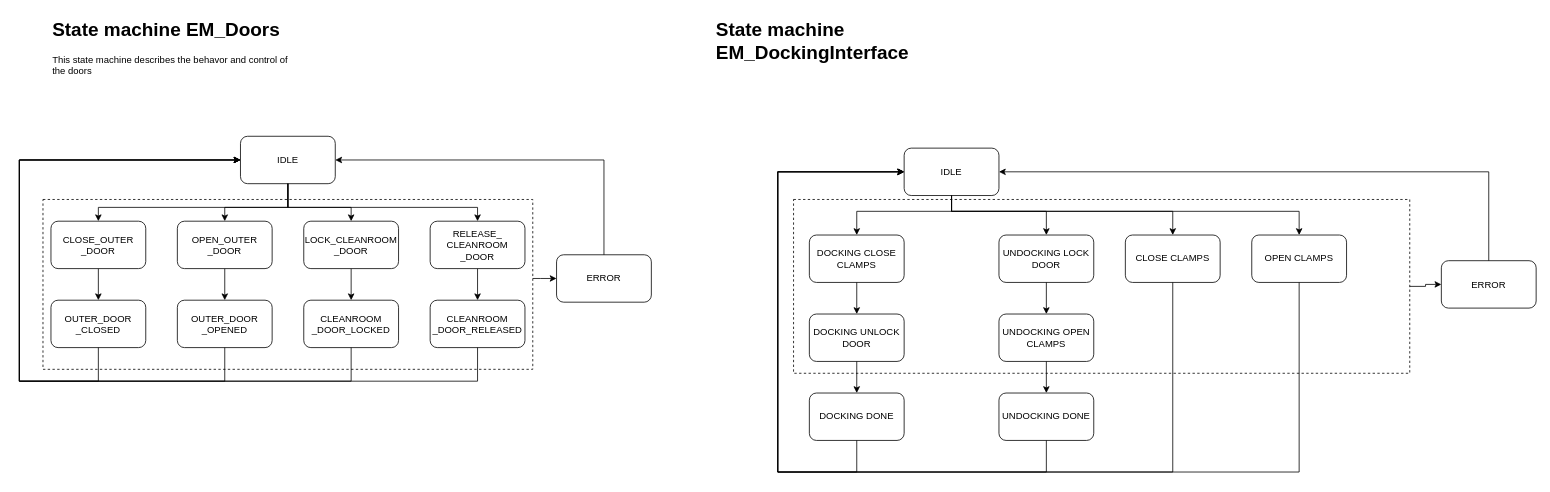
KMWE/KMWE_CleanroomConnect keeps this draw.io diagram as page "EM Door state machine" (2 of 4) of Documentation/StateMachine and Sequence Diagrams.drawio. Above is the earlier version. Source tidied: cells renumbered, new cells numbered last; positions are measured from the earlier drawing's top-left corner, leaving out a move shared by most shapes. Both pictures are drawn from the tidied source at 79%, with x=0, y=0 at pixel (19, 13).
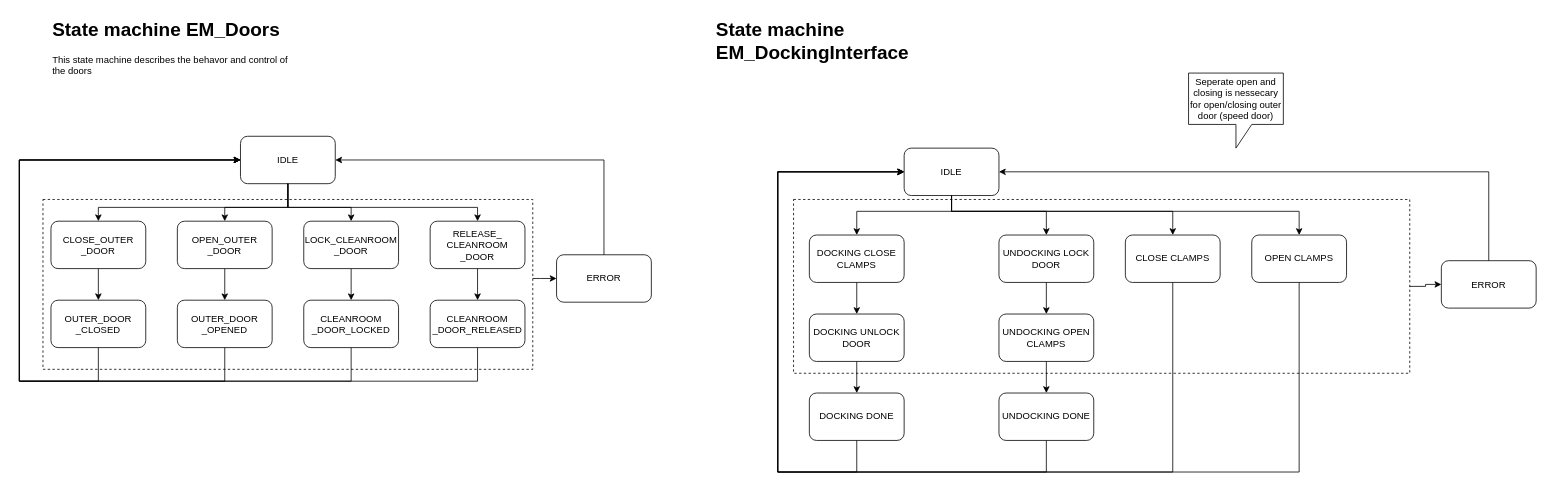
The same diagram, later.

Diff of the diagram source:
```diff
@@
+    <mxCell id="54" value="Seperate open and closing is nessecary for open/closing outer door (speed door)" style="shape=callout;whiteSpace=wrap;html=1;perimeter=calloutPerimeter;" parent="1" vertex="1">
+      <mxGeometry x="1480" y="75" width="120" height="95" as="geometry" />
+    </mxCell>
```
